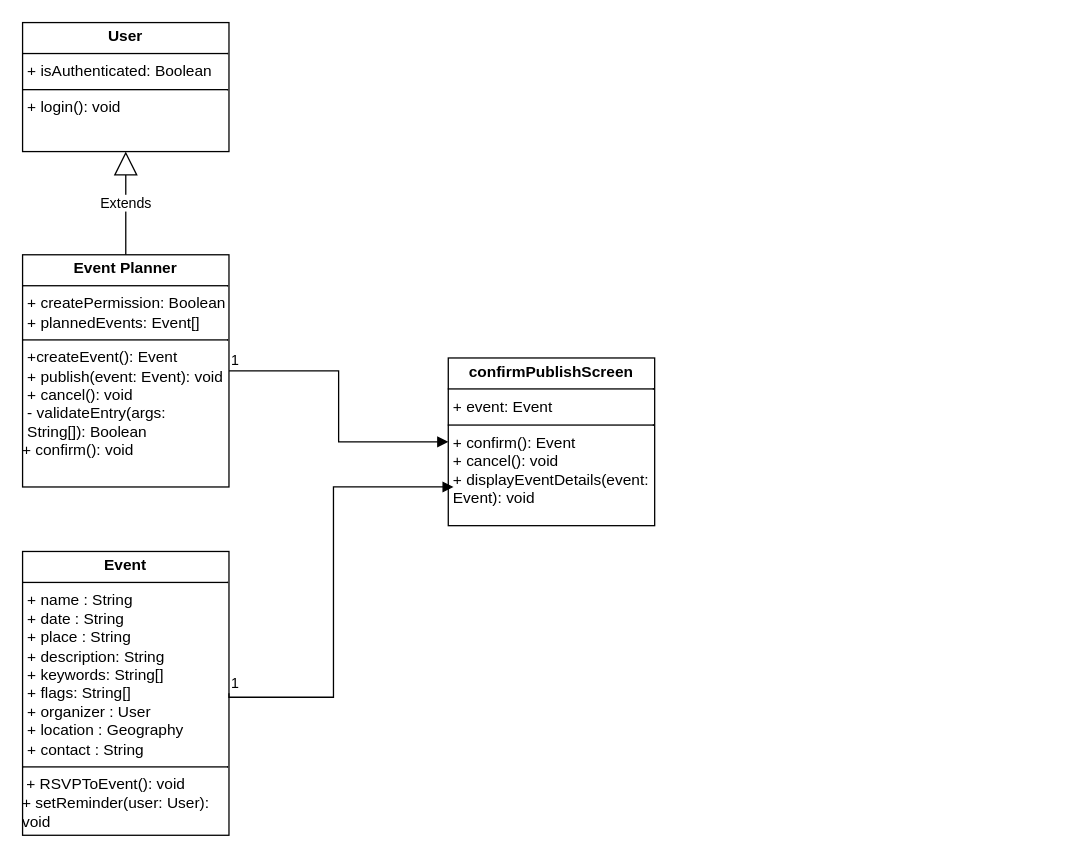
MigLyons/Draw.io keeps this draw.io diagram as createEventClassDiagram.drawio. Above is the earlier version. Source tidied: cells renumbered, new cells numbered last; positions are measured from the earlier drawing's top-left corner, leaving out a move shared by most shapes. Both pictures are drawn from the tidied source at 129%, with x=0, y=0 at pixel (22, 22).
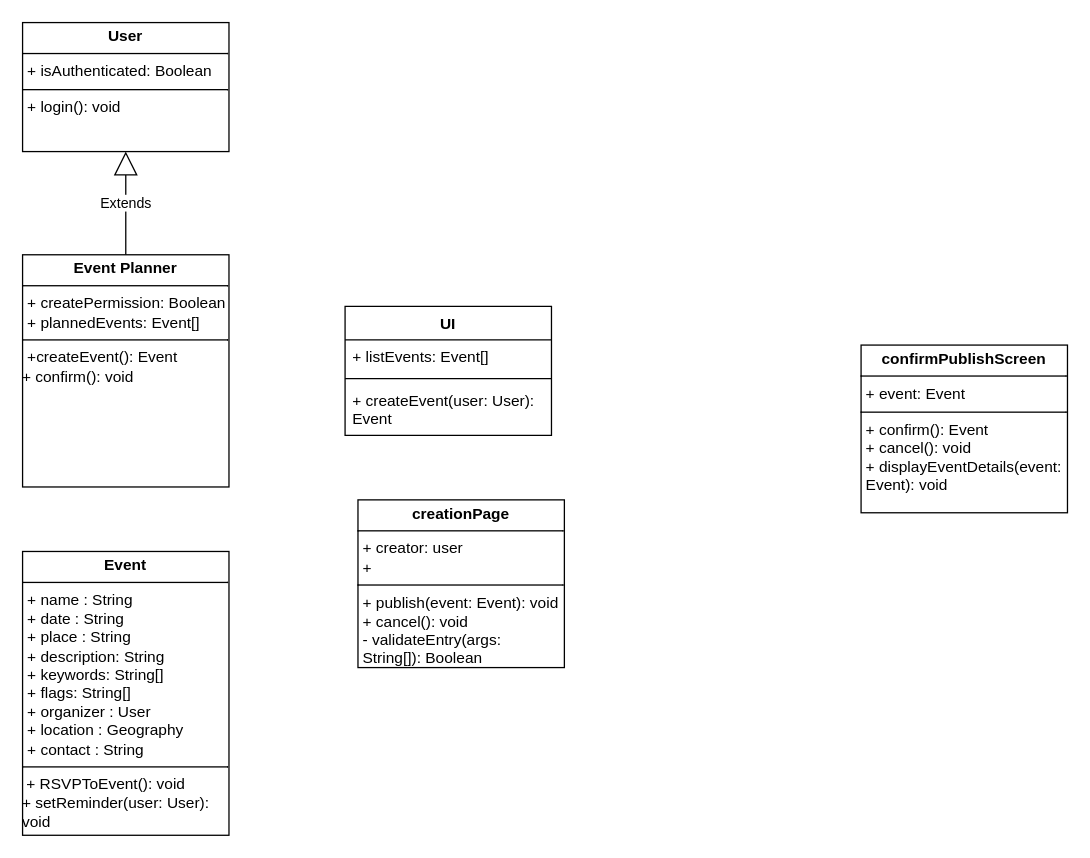
Above is the later version.

The edit, as a diff of the source:
```diff
@@
 <mxGraphModel>
   <root>
     <mxCell id="0" />
     <mxCell id="1" parent="0" />
     <mxCell id="2" value="&lt;p style=&quot;margin:0px;margin-top:4px;text-align:center;&quot;&gt;&lt;b&gt;Event&lt;/b&gt;&lt;br&gt;&lt;/p&gt;&lt;hr size=&quot;1&quot; style=&quot;border-style:solid;&quot;&gt;&lt;p style=&quot;margin:0px;margin-left:4px;&quot;&gt;+ name : String&lt;/p&gt;&lt;p style=&quot;margin:0px;margin-left:4px;&quot;&gt;+ date : String&lt;/p&gt;&lt;p style=&quot;margin:0px;margin-left:4px;&quot;&gt;+ place : String&lt;br&gt;&lt;/p&gt;&lt;p style=&quot;margin:0px;margin-left:4px;&quot;&gt;+ description: String&lt;/p&gt;&lt;p style=&quot;margin:0px;margin-left:4px;&quot;&gt;+ keywords: String[]&lt;/p&gt;&lt;p style=&quot;margin:0px;margin-left:4px;&quot;&gt;+ flags: String[]&lt;/p&gt;&lt;p style=&quot;margin:0px;margin-left:4px;&quot;&gt;+ organizer : User&lt;/p&gt;&lt;p style=&quot;margin:0px;margin-left:4px;&quot;&gt;+ location : Geography&lt;/p&gt;&lt;p style=&quot;margin:0px;margin-left:4px;&quot;&gt;+ contact : String&lt;br&gt;&lt;/p&gt;&lt;hr size=&quot;1&quot; style=&quot;border-style:solid;&quot;&gt;&lt;div&gt;&amp;nbsp;+ RSVPToEvent(): void&lt;/div&gt;&lt;div&gt;+ setReminder(user: User): void&lt;br&gt;&lt;/div&gt;&lt;div&gt;&lt;br&gt;&lt;/div&gt;" style="verticalAlign=top;align=left;overflow=fill;html=1;whiteSpace=wrap;" parent="1" vertex="1">
       <mxGeometry y="410" width="160" height="220" as="geometry" />
     </mxCell>
-    <mxCell id="3" value="&lt;p style=&quot;margin:0px;margin-top:4px;text-align:center;&quot;&gt;&lt;b&gt;Event Planner&lt;/b&gt;&lt;br&gt;&lt;/p&gt;&lt;hr size=&quot;1&quot; style=&quot;border-style:solid;&quot;&gt;&lt;p style=&quot;margin:0px;margin-left:4px;&quot;&gt;+ createPermission: Boolean&lt;/p&gt;&lt;p style=&quot;margin:0px;margin-left:4px;&quot;&gt;+ plannedEvents: Event[]&lt;br&gt;&lt;/p&gt;&lt;hr size=&quot;1&quot; style=&quot;border-style:solid;&quot;&gt;&lt;p style=&quot;margin:0px;margin-left:4px;&quot;&gt;+createEvent(): Event&lt;/p&gt;&lt;p style=&quot;margin:0px;margin-left:4px;&quot;&gt;+ publish(event: Event): void&lt;br&gt;+ cancel(): void&lt;/p&gt;&lt;p style=&quot;margin:0px;margin-left:4px;&quot;&gt;- validateEntry(args: String[]): Boolean&lt;/p&gt;+ confirm(): void&lt;p style=&quot;margin:0px;margin-left:4px;&quot;&gt;&lt;/p&gt;&lt;p style=&quot;margin:0px;margin-left:4px;&quot;&gt;&lt;br&gt;&lt;/p&gt;" style="verticalAlign=top;align=left;overflow=fill;html=1;whiteSpace=wrap;" parent="1" vertex="1">
+    <mxCell id="3" value="&lt;p style=&quot;margin:0px;margin-top:4px;text-align:center;&quot;&gt;&lt;b&gt;Event Planner&lt;/b&gt;&lt;br&gt;&lt;/p&gt;&lt;hr size=&quot;1&quot; style=&quot;border-style:solid;&quot;&gt;&lt;p style=&quot;margin:0px;margin-left:4px;&quot;&gt;+ createPermission: Boolean&lt;/p&gt;&lt;p style=&quot;margin:0px;margin-left:4px;&quot;&gt;+ plannedEvents: Event[]&lt;br&gt;&lt;/p&gt;&lt;hr size=&quot;1&quot; style=&quot;border-style:solid;&quot;&gt;&lt;p style=&quot;margin:0px;margin-left:4px;&quot;&gt;+createEvent(): Event&lt;/p&gt;+ confirm(): void&lt;p style=&quot;margin:0px;margin-left:4px;&quot;&gt;&lt;/p&gt;&lt;p style=&quot;margin:0px;margin-left:4px;&quot;&gt;&lt;br&gt;&lt;/p&gt;" style="verticalAlign=top;align=left;overflow=fill;html=1;whiteSpace=wrap;" parent="1" vertex="1">
       <mxGeometry y="180" width="160" height="180" as="geometry" />
     </mxCell>
     <mxCell id="4" value="&lt;p style=&quot;margin:0px;margin-top:4px;text-align:center;&quot;&gt;&lt;b&gt;User&lt;/b&gt;&lt;br&gt;&lt;/p&gt;&lt;hr size=&quot;1&quot; style=&quot;border-style:solid;&quot;&gt;&lt;p style=&quot;margin:0px;margin-left:4px;&quot;&gt;+ isAuthenticated: Boolean&lt;/p&gt;&lt;hr size=&quot;1&quot; style=&quot;border-style:solid;&quot;&gt;&lt;p style=&quot;margin:0px;margin-left:4px;&quot;&gt;+ login(): void&lt;br&gt;&lt;/p&gt;" style="verticalAlign=top;align=left;overflow=fill;html=1;whiteSpace=wrap;" parent="1" vertex="1">
       <mxGeometry width="160" height="100" as="geometry" />
     </mxCell>
     <mxCell id="5" value="Extends" style="endArrow=block;endSize=16;endFill=0;html=1;rounded=0;exitX=0.5;exitY=0;exitDx=0;exitDy=0;entryX=0.5;entryY=1;entryDx=0;entryDy=0;" parent="1" edge="1" source="3" target="4">
       <mxGeometry relative="1" as="geometry" />
     </mxCell>
     <mxCell id="6" value="&lt;p style=&quot;margin:0px;margin-top:4px;text-align:center;&quot;&gt;&lt;b&gt;confirmPublishScreen&lt;/b&gt;&lt;/p&gt;&lt;hr size=&quot;1&quot; style=&quot;border-style:solid;&quot;&gt;&lt;p style=&quot;margin:0px;margin-left:4px;&quot;&gt;+ event: Event&lt;br&gt;&lt;/p&gt;&lt;hr size=&quot;1&quot; style=&quot;border-style:solid;&quot;&gt;&lt;p style=&quot;margin:0px;margin-left:4px;&quot;&gt;+ confirm(): Event&lt;/p&gt;&lt;p style=&quot;margin:0px;margin-left:4px;&quot;&gt;+ cancel(): void&lt;/p&gt;&lt;p style=&quot;margin:0px;margin-left:4px;&quot;&gt;+ displayEventDetails(event: Event): void&lt;/p&gt;" style="verticalAlign=top;align=left;overflow=fill;html=1;whiteSpace=wrap;" parent="1" vertex="1">
-      <mxGeometry x="330" y="260" width="160" height="130" as="geometry" />
+      <mxGeometry x="650" y="250" width="160" height="130" as="geometry" />
     </mxCell>
-    <mxCell id="7" style="endArrow=block;endFill=1;html=1;edgeStyle=orthogonalEdgeStyle;align=left;verticalAlign=top;rounded=0;exitX=1;exitY=0.5;exitDx=0;exitDy=0;entryX=0;entryY=0.5;entryDx=0;entryDy=0;" parent="1" edge="1" source="3" target="6">
-      <mxGeometry x="-1" relative="1" as="geometry" />
-    </mxCell>
-    <mxCell id="8" value="1" style="edgeLabel;html=1;align=left;verticalAlign=bottom;" parent="7" vertex="1">
-      <mxGeometry x="-1" relative="1" as="geometry" />
-    </mxCell>
-    <mxCell id="9" style="endArrow=block;endFill=1;html=1;edgeStyle=orthogonalEdgeStyle;align=left;verticalAlign=top;rounded=0;exitX=1;exitY=0.5;exitDx=0;exitDy=0;entryX=-0.037;entryY=0.746;entryDx=0;entryDy=0;entryPerimeter=0;" parent="1" edge="1" source="2">
-      <mxGeometry x="-1" relative="1" as="geometry">
-        <mxPoint x="334.1" y="360" as="targetPoint" />
-        <Array as="points">
-          <mxPoint x="160" y="523" />
-          <mxPoint x="241" y="523" />
-          <mxPoint x="241" y="360" />
-        </Array>
-      </mxGeometry>
-    </mxCell>
-    <mxCell id="10" value="1" style="edgeLabel;html=1;align=left;verticalAlign=bottom;" parent="9" vertex="1">
-      <mxGeometry x="-1" relative="1" as="geometry" />
-    </mxCell>
+    <mxCell id="11" value="UI" style="swimlane;fontStyle=1;align=center;verticalAlign=top;horizontal=1;startSize=26;whiteSpace=wrap;html=1;" parent="1" vertex="1">
+      <mxGeometry x="250" y="220" width="160" height="100" as="geometry" />
+    </mxCell>
+    <mxCell id="12" value="+ listEvents: Event[]" style="text;strokeColor=none;fillColor=none;align=left;verticalAlign=top;spacingLeft=4;spacingRight=4;overflow=hidden;whiteSpace=wrap;html=1;" parent="11" vertex="1">
+      <mxGeometry y="26" width="160" height="26" as="geometry" />
+    </mxCell>
+    <mxCell id="13" style="line;strokeWidth=1;fillColor=none;align=left;verticalAlign=middle;spacingTop=-1;spacingLeft=3;spacingRight=3;labelPosition=right;strokeColor=inherit;" parent="11" vertex="1">
+      <mxGeometry y="52" width="160" height="8" as="geometry" />
+    </mxCell>
+    <mxCell id="14" value="+ createEvent(user: User): Event" style="text;strokeColor=none;fillColor=none;align=left;verticalAlign=top;spacingLeft=4;spacingRight=4;overflow=hidden;whiteSpace=wrap;html=1;" parent="11" vertex="1">
+      <mxGeometry y="60" width="160" height="40" as="geometry" />
+    </mxCell>
+    <mxCell id="15" value="&lt;p style=&quot;margin:0px;margin-top:4px;text-align:center;&quot;&gt;&lt;b&gt;creationPage&lt;/b&gt;&lt;br&gt;&lt;/p&gt;&lt;hr size=&quot;1&quot; style=&quot;border-style:solid;&quot;&gt;&lt;p style=&quot;margin:0px;margin-left:4px;&quot;&gt;+ creator: user&lt;/p&gt;&lt;p style=&quot;margin:0px;margin-left:4px;&quot;&gt;+ &lt;br&gt;&lt;/p&gt;&lt;hr size=&quot;1&quot; style=&quot;border-style:solid;&quot;&gt;&lt;p style=&quot;margin:0px;margin-left:4px;&quot;&gt;+ publish(event: Event): void&lt;br&gt;+ cancel(): void&lt;/p&gt;&lt;p style=&quot;margin:0px;margin-left:4px;&quot;&gt;- validateEntry(args: String[]): Boolean&lt;/p&gt;&lt;p style=&quot;margin:0px;margin-left:4px;&quot;&gt;&lt;/p&gt;" style="verticalAlign=top;align=left;overflow=fill;html=1;whiteSpace=wrap;" parent="1" vertex="1">
+      <mxGeometry x="260" y="370" width="160" height="130" as="geometry" />
+    </mxCell>
   </root>
 </mxGraphModel>
```
